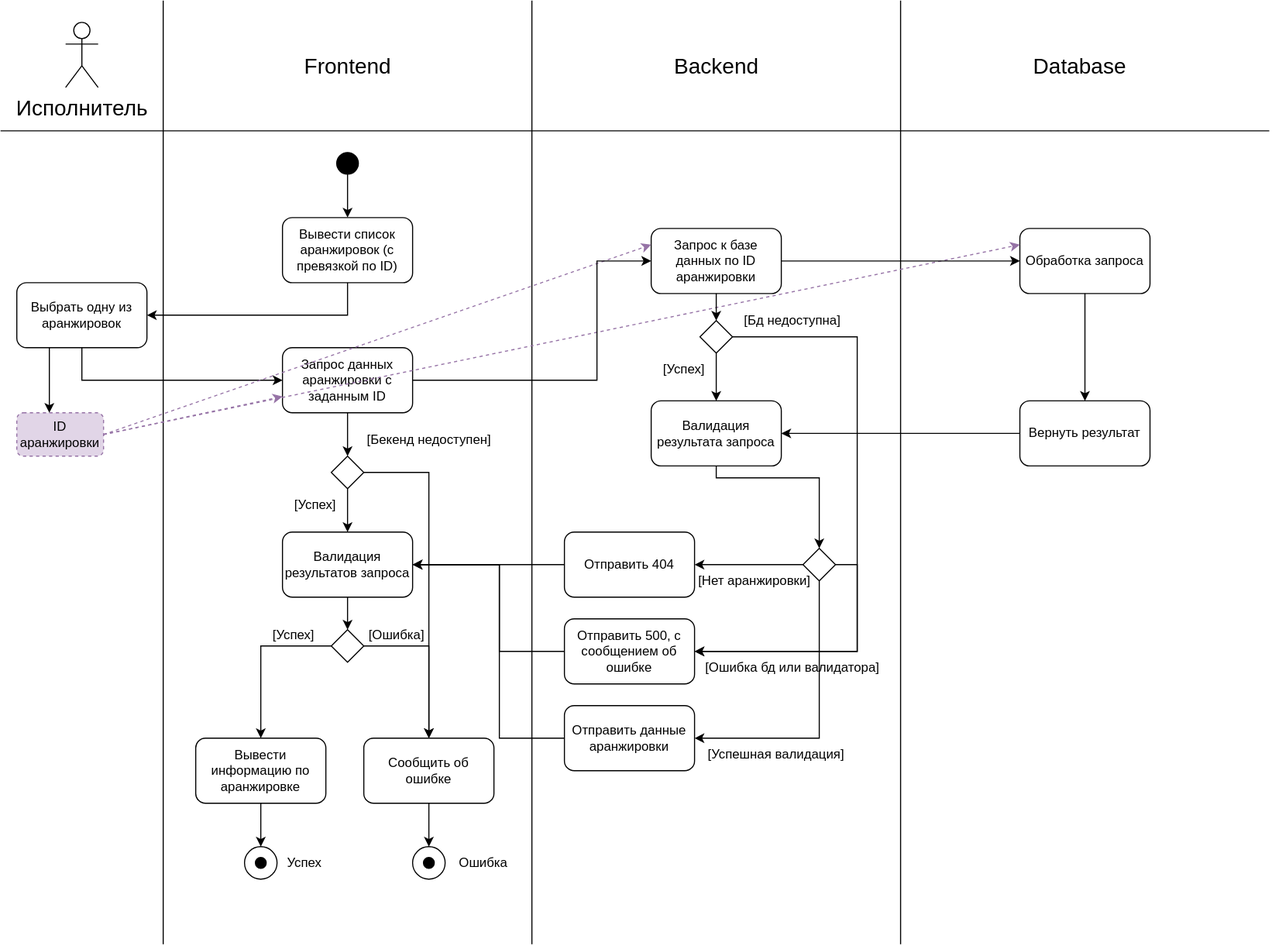
Earlier version of the draw.io export team-06/view_arrangement_activity_diagram.svg (job-modelware-ru/it-2024). Source tidied: cells renumbered, new cells last; positions are measured from the earlier drawing's top-left corner, leaving out a move shared by most shapes.
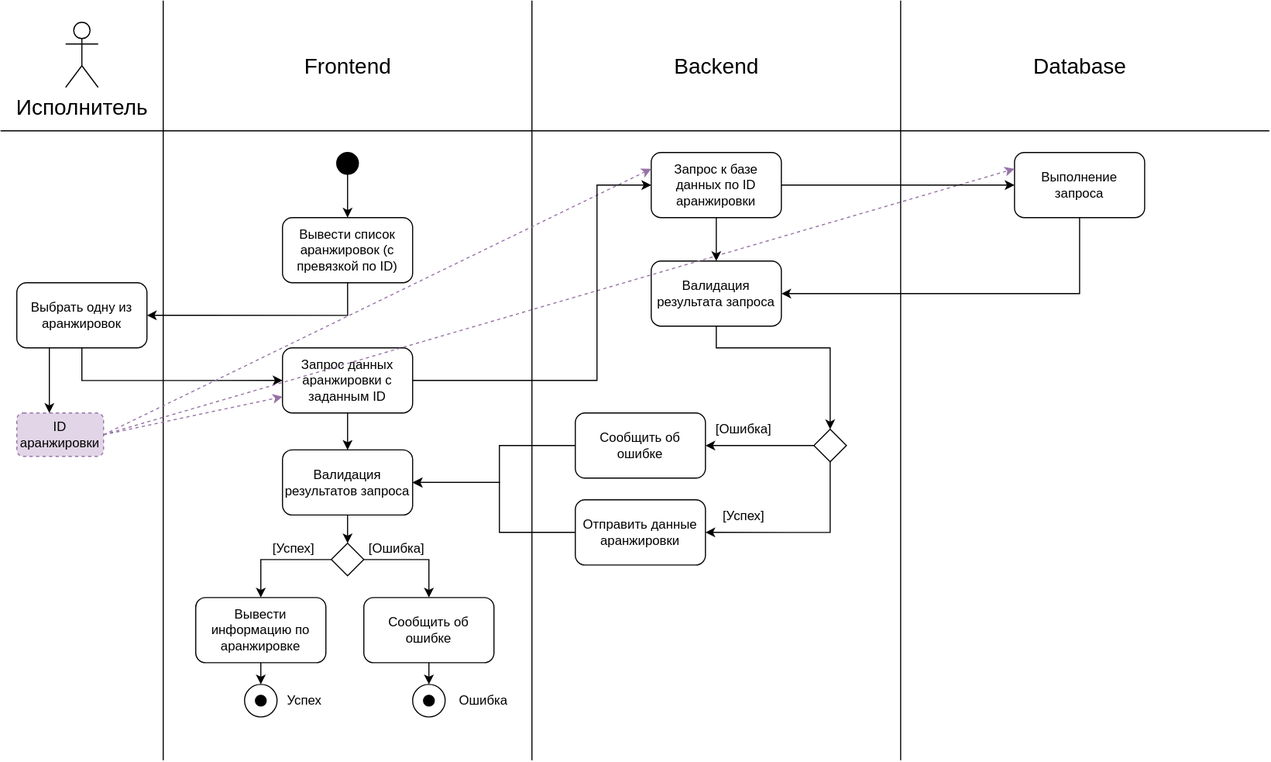
Above is the later version.

Commit message:
team-06: view_arrangement_activity_diagram fix & search_ui fix

Diff of the diagram source:
```diff
@@ -4,19 +4,19 @@
     <mxCell id="1" parent="0" />
     <mxCell id="2" style="endArrow=none;html=1;rounded=0;" parent="1" edge="1">
       <mxGeometry relative="1" as="geometry">
-        <mxPoint x="150" y="870" as="sourcePoint" />
+        <mxPoint x="150" y="700" as="sourcePoint" />
         <mxPoint x="150" as="targetPoint" />
       </mxGeometry>
     </mxCell>
     <mxCell id="3" style="endArrow=none;html=1;rounded=0;" parent="1" edge="1">
       <mxGeometry relative="1" as="geometry">
-        <mxPoint x="490" y="870" as="sourcePoint" />
+        <mxPoint x="490" y="700" as="sourcePoint" />
         <mxPoint x="490" as="targetPoint" />
       </mxGeometry>
     </mxCell>
     <mxCell id="4" style="endArrow=none;html=1;rounded=0;" parent="1" edge="1">
       <mxGeometry relative="1" as="geometry">
-        <mxPoint x="830" y="870" as="sourcePoint" />
+        <mxPoint x="830" y="700" as="sourcePoint" />
         <mxPoint x="830" as="targetPoint" />
       </mxGeometry>
     </mxCell>
@@ -56,44 +56,35 @@
     <mxCell id="15" value="Выбрать одну из аранжировок" style="rounded=1;whiteSpace=wrap;html=1;" parent="1" vertex="1">
       <mxGeometry x="15" y="260" width="120" height="60" as="geometry" />
     </mxCell>
-    <mxCell id="16" style="edgeStyle=orthogonalEdgeStyle;rounded=0;jettySize=auto;html=1;exitX=0.5;exitY=1;exitDx=0;exitDy=0;entryX=0.5;entryY=0;entryDx=0;entryDy=0;" parent="1" edge="1" source="17" target="19">
+    <mxCell id="16" style="edgeStyle=orthogonalEdgeStyle;rounded=0;jettySize=auto;html=1;exitX=0.5;exitY=1;exitDx=0;exitDy=0;entryX=0.5;entryY=0;entryDx=0;entryDy=0;" parent="1" edge="1" source="17" target="20">
       <mxGeometry relative="1" as="geometry" />
     </mxCell>
     <mxCell id="17" value="Запрос данных аранжировки с заданным ID" style="rounded=1;whiteSpace=wrap;html=1;" parent="1" vertex="1">
       <mxGeometry x="260" y="320" width="120" height="60" as="geometry" />
     </mxCell>
-    <mxCell id="18" style="edgeStyle=orthogonalEdgeStyle;rounded=0;jettySize=auto;html=1;exitX=0.5;exitY=1;exitDx=0;exitDy=0;entryX=0.5;entryY=0;entryDx=0;entryDy=0;" parent="1" edge="1" source="19" target="20">
-      <mxGeometry relative="1" as="geometry" />
-    </mxCell>
-    <mxCell id="19" style="rhombus;whiteSpace=wrap;html=1;" parent="1" vertex="1">
-      <mxGeometry x="305" y="420" width="30" height="30" as="geometry" />
-    </mxCell>
     <mxCell id="20" value="Валидация результатов запроса" style="rounded=1;whiteSpace=wrap;html=1;" parent="1" vertex="1">
-      <mxGeometry x="260" y="490" width="120" height="60" as="geometry" />
+      <mxGeometry x="260" y="414" width="120" height="60" as="geometry" />
     </mxCell>
     <mxCell id="21" value="Запрос к базе данных по ID аранжировки" style="rounded=1;whiteSpace=wrap;html=1;" parent="1" vertex="1">
-      <mxGeometry x="600" y="210" width="120" height="60" as="geometry" />
+      <mxGeometry x="600" y="140" width="120" height="60" as="geometry" />
     </mxCell>
-    <mxCell id="22" value="[Бекенд недоступен]" style="text;html=1;align=center;verticalAlign=middle;strokeColor=none;fillColor=none;" parent="1" vertex="1">
-      <mxGeometry x="325" y="390" width="140" height="30" as="geometry" />
-    </mxCell>
-    <mxCell id="23" value="Обработка запроса" style="rounded=1;whiteSpace=wrap;html=1;" parent="1" vertex="1">
-      <mxGeometry x="940" y="210" width="120" height="60" as="geometry" />
+    <mxCell id="23" value="Выполнение&lt;br&gt;запроса" style="rounded=1;whiteSpace=wrap;html=1;" parent="1" vertex="1">
+      <mxGeometry x="935" y="140" width="120" height="60" as="geometry" />
     </mxCell>
     <mxCell id="24" value="Сообщить об ошибке" style="rounded=1;whiteSpace=wrap;html=1;" parent="1" vertex="1">
-      <mxGeometry x="335" y="680" width="120" height="60" as="geometry" />
+      <mxGeometry x="335" y="550" width="120" height="60" as="geometry" />
     </mxCell>
     <mxCell id="25" value="Валидация результата запроса" style="rounded=1;whiteSpace=wrap;html=1;" parent="1" vertex="1">
-      <mxGeometry x="600" y="369" width="120" height="60" as="geometry" />
+      <mxGeometry x="600" y="240" width="120" height="60" as="geometry" />
     </mxCell>
     <mxCell id="26" style="edgeStyle=orthogonalEdgeStyle;rounded=0;jettySize=auto;html=1;exitX=0.5;exitY=1;exitDx=0;exitDy=0;entryX=1;entryY=0.5;entryDx=0;entryDy=0;" parent="1" edge="1" source="27" target="43">
       <mxGeometry relative="1" as="geometry" />
     </mxCell>
     <mxCell id="27" style="rhombus;whiteSpace=wrap;html=1;" parent="1" vertex="1">
-      <mxGeometry x="740" y="505" width="30" height="30" as="geometry" />
+      <mxGeometry x="750" y="395" width="30" height="30" as="geometry" />
     </mxCell>
     <mxCell id="28" style="group;" parent="1" vertex="1">
-      <mxGeometry x="380" y="780" width="30" height="30" as="geometry" />
+      <mxGeometry x="380" y="630" width="30" height="30" as="geometry" />
     </mxCell>
     <mxCell id="29" style="ellipse;whiteSpace=wrap;html=1;" parent="28" vertex="1">
       <mxGeometry width="30" height="30" as="geometry" />
@@ -102,7 +93,7 @@
       <mxGeometry x="10" y="10" width="10" height="10" as="geometry" />
     </mxCell>
     <mxCell id="31" value="Ошибка" style="text;html=1;align=center;verticalAlign=middle;strokeColor=none;fillColor=none;" parent="1" vertex="1">
-      <mxGeometry x="410" y="780" width="70" height="30" as="geometry" />
+      <mxGeometry x="410" y="630" width="70" height="30" as="geometry" />
     </mxCell>
     <mxCell id="32" style="rounded=0;jettySize=auto;html=1;exitX=1;exitY=0.5;exitDx=0;exitDy=0;entryX=0;entryY=0.75;entryDx=0;entryDy=0;fillColor=#e1d5e7;strokeColor=#9673a6;dashed=1;" parent="1" edge="1" source="35" target="17">
       <mxGeometry relative="1" as="geometry" />
@@ -119,88 +110,52 @@
     <mxCell id="36" style="edgeStyle=orthogonalEdgeStyle;rounded=0;jettySize=auto;html=1;exitX=0.25;exitY=1;exitDx=0;exitDy=0;entryX=0.375;entryY=0;entryDx=0;entryDy=0;entryPerimeter=0;" parent="1" edge="1" source="15" target="35">
       <mxGeometry relative="1" as="geometry" />
     </mxCell>
-    <mxCell id="37" style="endArrow=classic;html=1;rounded=0;exitX=0.5;exitY=1;exitDx=0;exitDy=0;entryX=0.5;entryY=0;entryDx=0;entryDy=0;" parent="1" edge="1" source="23" target="38">
-      <mxGeometry relative="1" as="geometry" />
-    </mxCell>
-    <mxCell id="38" value="Вернуть результат" style="rounded=1;whiteSpace=wrap;html=1;" parent="1" vertex="1">
-      <mxGeometry x="940" y="369" width="120" height="60" as="geometry" />
-    </mxCell>
     <mxCell id="39" style="endArrow=classic;html=1;rounded=0;exitX=0.5;exitY=1;exitDx=0;exitDy=0;entryX=0.5;entryY=0;entryDx=0;entryDy=0;" parent="1" edge="1" source="25" target="27">
       <mxGeometry relative="1" as="geometry">
         <Array as="points">
-          <mxPoint x="660" y="440" />
-          <mxPoint x="755" y="440" />
+          <mxPoint x="660" y="320" />
+          <mxPoint x="765" y="320" />
         </Array>
       </mxGeometry>
     </mxCell>
-    <mxCell id="40" value="Отправить 404" style="rounded=1;whiteSpace=wrap;html=1;" parent="1" vertex="1">
-      <mxGeometry x="520" y="490" width="120" height="60" as="geometry" />
+    <mxCell id="40" value="Сообщить об ошибке" style="rounded=1;whiteSpace=wrap;html=1;" parent="1" vertex="1">
+      <mxGeometry x="530" y="380" width="120" height="60" as="geometry" />
     </mxCell>
     <mxCell id="41" style="endArrow=classic;html=1;rounded=0;exitX=0;exitY=0.5;exitDx=0;exitDy=0;entryX=1;entryY=0.5;entryDx=0;entryDy=0;" parent="1" edge="1" source="27" target="40">
       <mxGeometry relative="1" as="geometry" />
     </mxCell>
-    <mxCell id="42" value="Отправить 500, с сообщением об ошибке" style="rounded=1;whiteSpace=wrap;html=1;" parent="1" vertex="1">
-      <mxGeometry x="520" y="570" width="120" height="60" as="geometry" />
-    </mxCell>
     <mxCell id="43" value="Отправить данные аранжировки" style="rounded=1;whiteSpace=wrap;html=1;" parent="1" vertex="1">
-      <mxGeometry x="520" y="650" width="120" height="60" as="geometry" />
+      <mxGeometry x="530" y="460" width="120" height="60" as="geometry" />
     </mxCell>
-    <mxCell id="44" style="endArrow=classic;html=1;rounded=0;entryX=1;entryY=0.5;entryDx=0;entryDy=0;exitX=1;exitY=0.5;exitDx=0;exitDy=0;" parent="1" edge="1" source="27" target="42">
-      <mxGeometry relative="1" as="geometry">
-        <Array as="points">
-          <mxPoint x="790" y="520" />
-          <mxPoint x="790" y="600" />
-        </Array>
-      </mxGeometry>
-    </mxCell>
-    <mxCell id="45" value="[Нет аранжировки]" style="text;html=1;align=center;verticalAlign=middle;strokeColor=none;fillColor=none;" parent="1" vertex="1">
-      <mxGeometry x="630" y="520" width="130" height="30" as="geometry" />
-    </mxCell>
-    <mxCell id="46" value="[Ошибка бд или валидатора]" style="text;html=1;align=center;verticalAlign=middle;strokeColor=none;fillColor=none;" parent="1" vertex="1">
-      <mxGeometry x="640" y="600" width="180" height="30" as="geometry" />
+    <mxCell id="46" value="[Ошибка]" style="text;html=1;align=center;verticalAlign=middle;strokeColor=none;fillColor=none;" parent="1" vertex="1">
+      <mxGeometry x="650" y="380" width="70" height="30" as="geometry" />
     </mxCell>
-    <mxCell id="47" value="[Успешная валидация]" style="text;html=1;align=center;verticalAlign=middle;strokeColor=none;fillColor=none;" parent="1" vertex="1">
-      <mxGeometry x="640" y="680" width="150" height="30" as="geometry" />
+    <mxCell id="47" value="[Успех]" style="text;html=1;align=center;verticalAlign=middle;strokeColor=none;fillColor=none;" parent="1" vertex="1">
+      <mxGeometry x="655" y="460" width="60" height="30" as="geometry" />
     </mxCell>
-    <mxCell id="48" style="endArrow=classic;html=1;rounded=0;exitX=0;exitY=0.5;exitDx=0;exitDy=0;entryX=1;entryY=0.5;entryDx=0;entryDy=0;" parent="1" edge="1" source="38" target="25">
-      <mxGeometry relative="1" as="geometry" />
+    <mxCell id="48" style="endArrow=classic;html=1;rounded=0;exitX=0.5;exitY=1;exitDx=0;exitDy=0;entryX=1;entryY=0.5;entryDx=0;entryDy=0;" parent="1" edge="1" source="23" target="25">
+      <mxGeometry relative="1" as="geometry">
+        <Array as="points">
+          <mxPoint x="995" y="270" />
+        </Array>
+      </mxGeometry>
     </mxCell>
-    <mxCell id="49" style="rhombus;whiteSpace=wrap;html=1;" parent="1" vertex="1">
-      <mxGeometry x="645" y="295" width="30" height="30" as="geometry" />
-    </mxCell>
-    <mxCell id="50" style="endArrow=classic;html=1;rounded=0;exitX=1;exitY=0.5;exitDx=0;exitDy=0;entryX=1;entryY=0.5;entryDx=0;entryDy=0;" parent="1" edge="1" source="49" target="42">
-      <mxGeometry relative="1" as="geometry">
-        <Array as="points">
-          <mxPoint x="790" y="310" />
-          <mxPoint x="790" y="600" />
-        </Array>
-      </mxGeometry>
-    </mxCell>
-    <mxCell id="51" value="[Бд недоступна]" style="text;html=1;align=center;verticalAlign=middle;strokeColor=none;fillColor=none;" parent="1" vertex="1">
-      <mxGeometry x="675" y="280" width="110" height="30" as="geometry" />
-    </mxCell>
-    <mxCell id="52" style="endArrow=classic;html=1;rounded=0;exitX=0.5;exitY=1;exitDx=0;exitDy=0;entryX=0.5;entryY=0;entryDx=0;entryDy=0;" parent="1" edge="1" source="21" target="49">
+    <mxCell id="52" style="endArrow=classic;html=1;rounded=0;exitX=0.5;exitY=1;exitDx=0;exitDy=0;entryX=0.5;entryY=0;entryDx=0;entryDy=0;" parent="1" edge="1" source="21" target="25">
       <mxGeometry relative="1" as="geometry" />
     </mxCell>
     <mxCell id="53" style="endArrow=classic;html=1;rounded=0;exitX=1;exitY=0.5;exitDx=0;exitDy=0;entryX=0;entryY=0.5;entryDx=0;entryDy=0;" parent="1" edge="1" source="21" target="23">
       <mxGeometry relative="1" as="geometry" />
     </mxCell>
-    <mxCell id="54" style="endArrow=classic;html=1;rounded=0;exitX=0.5;exitY=1;exitDx=0;exitDy=0;entryX=0.5;entryY=0;entryDx=0;entryDy=0;" parent="1" edge="1" source="49" target="25">
-      <mxGeometry relative="1" as="geometry" />
-    </mxCell>
-    <mxCell id="55" value="[Успех]" style="text;html=1;align=center;verticalAlign=middle;strokeColor=none;fillColor=none;" parent="1" vertex="1">
-      <mxGeometry x="600" y="325" width="60" height="30" as="geometry" />
-    </mxCell>
     <mxCell id="56" style="endArrow=classic;html=1;rounded=0;exitX=1;exitY=0.5;exitDx=0;exitDy=0;entryX=0;entryY=0.5;entryDx=0;entryDy=0;" parent="1" edge="1" source="17" target="21">
       <mxGeometry relative="1" as="geometry">
         <Array as="points">
           <mxPoint x="550" y="350" />
-          <mxPoint x="550" y="240" />
+          <mxPoint x="550" y="170" />
         </Array>
       </mxGeometry>
     </mxCell>
     <mxCell id="57" style="group;" parent="1" vertex="1">
-      <mxGeometry x="225" y="780" width="30" height="30" as="geometry" />
+      <mxGeometry x="225" y="630" width="30" height="30" as="geometry" />
     </mxCell>
     <mxCell id="58" style="ellipse;whiteSpace=wrap;html=1;" parent="57" vertex="1">
       <mxGeometry width="30" height="30" as="geometry" />
@@ -209,42 +164,29 @@
       <mxGeometry x="10" y="10" width="10" height="10" as="geometry" />
     </mxCell>
     <mxCell id="60" value="Успех" style="text;html=1;align=center;verticalAlign=middle;strokeColor=none;fillColor=none;" parent="1" vertex="1">
-      <mxGeometry x="250" y="780" width="60" height="30" as="geometry" />
+      <mxGeometry x="250" y="630" width="60" height="30" as="geometry" />
     </mxCell>
-    <mxCell id="61" value="[Успех]" style="text;html=1;align=center;verticalAlign=middle;strokeColor=none;fillColor=none;" parent="1" vertex="1">
-      <mxGeometry x="260" y="450" width="60" height="30" as="geometry" />
-    </mxCell>
-    <mxCell id="62" style="endArrow=classic;html=1;rounded=0;exitX=1;exitY=0.5;exitDx=0;exitDy=0;entryX=0.5;entryY=0;entryDx=0;entryDy=0;" parent="1" edge="1" source="19" target="24">
-      <mxGeometry relative="1" as="geometry">
-        <Array as="points">
-          <mxPoint x="395" y="435" />
-        </Array>
-      </mxGeometry>
-    </mxCell>
     <mxCell id="63" style="endArrow=classic;html=1;rounded=0;exitX=0.5;exitY=1;exitDx=0;exitDy=0;entryX=0.5;entryY=0;entryDx=0;entryDy=0;" parent="1" edge="1" source="24" target="29">
       <mxGeometry relative="1" as="geometry" />
     </mxCell>
     <mxCell id="64" style="endArrow=classic;html=1;rounded=0;exitX=0;exitY=0.5;exitDx=0;exitDy=0;entryX=1;entryY=0.5;entryDx=0;entryDy=0;" parent="1" edge="1" source="40" target="20">
-      <mxGeometry relative="1" as="geometry" />
+      <mxGeometry relative="1" as="geometry">
+        <Array as="points">
+          <mxPoint x="460" y="410" />
+          <mxPoint x="460" y="444" />
+        </Array>
+      </mxGeometry>
     </mxCell>
-    <mxCell id="65" style="endArrow=classic;html=1;rounded=0;exitX=0;exitY=0.5;exitDx=0;exitDy=0;entryX=1;entryY=0.5;entryDx=0;entryDy=0;" parent="1" edge="1" source="42" target="20">
-      <mxGeometry relative="1" as="geometry">
-        <Array as="points">
-          <mxPoint x="460" y="600" />
-          <mxPoint x="460" y="520" />
-        </Array>
-      </mxGeometry>
-    </mxCell>
     <mxCell id="66" style="endArrow=classic;html=1;rounded=0;exitX=0;exitY=0.5;exitDx=0;exitDy=0;entryX=1;entryY=0.5;entryDx=0;entryDy=0;" parent="1" edge="1" source="43" target="20">
       <mxGeometry relative="1" as="geometry">
         <Array as="points">
-          <mxPoint x="460" y="680" />
-          <mxPoint x="460" y="520" />
+          <mxPoint x="460" y="490" />
+          <mxPoint x="460" y="444" />
         </Array>
       </mxGeometry>
     </mxCell>
     <mxCell id="67" style="rhombus;whiteSpace=wrap;html=1;" parent="1" vertex="1">
-      <mxGeometry x="305" y="580" width="30" height="30" as="geometry" />
+      <mxGeometry x="305" y="500" width="30" height="30" as="geometry" />
     </mxCell>
     <mxCell id="68" style="endArrow=classic;html=1;rounded=0;exitX=0.5;exitY=1;exitDx=0;exitDy=0;entryX=0.5;entryY=0;entryDx=0;entryDy=0;" parent="1" edge="1" source="20" target="67">
       <mxGeometry relative="1" as="geometry" />
@@ -252,17 +194,17 @@
     <mxCell id="69" style="endArrow=classic;html=1;rounded=0;exitX=1;exitY=0.5;exitDx=0;exitDy=0;entryX=0.5;entryY=0;entryDx=0;entryDy=0;" parent="1" edge="1" source="67" target="24">
       <mxGeometry relative="1" as="geometry">
         <Array as="points">
-          <mxPoint x="395" y="595" />
+          <mxPoint x="395" y="515" />
         </Array>
       </mxGeometry>
     </mxCell>
     <mxCell id="70" value="Вывести информацию по аранжировке" style="rounded=1;whiteSpace=wrap;html=1;" parent="1" vertex="1">
-      <mxGeometry x="180" y="680" width="120" height="60" as="geometry" />
+      <mxGeometry x="180" y="550" width="120" height="60" as="geometry" />
     </mxCell>
     <mxCell id="71" style="endArrow=classic;html=1;rounded=0;exitX=0;exitY=0.5;exitDx=0;exitDy=0;entryX=0.5;entryY=0;entryDx=0;entryDy=0;" parent="1" edge="1" source="67" target="70">
       <mxGeometry relative="1" as="geometry">
         <Array as="points">
-          <mxPoint x="240" y="595" />
+          <mxPoint x="240" y="515" />
         </Array>
       </mxGeometry>
     </mxCell>
@@ -270,10 +212,10 @@
       <mxGeometry relative="1" as="geometry" />
     </mxCell>
     <mxCell id="73" value="[Успех]" style="text;html=1;align=center;verticalAlign=middle;strokeColor=none;fillColor=none;" parent="1" vertex="1">
-      <mxGeometry x="240" y="570" width="60" height="30" as="geometry" />
+      <mxGeometry x="240" y="490" width="60" height="30" as="geometry" />
     </mxCell>
     <mxCell id="74" value="[Ошибка]" style="text;html=1;align=center;verticalAlign=middle;strokeColor=none;fillColor=none;" parent="1" vertex="1">
-      <mxGeometry x="330" y="570" width="70" height="30" as="geometry" />
+      <mxGeometry x="330" y="490" width="70" height="30" as="geometry" />
     </mxCell>
   </root>
 </mxGraphModel>
```
